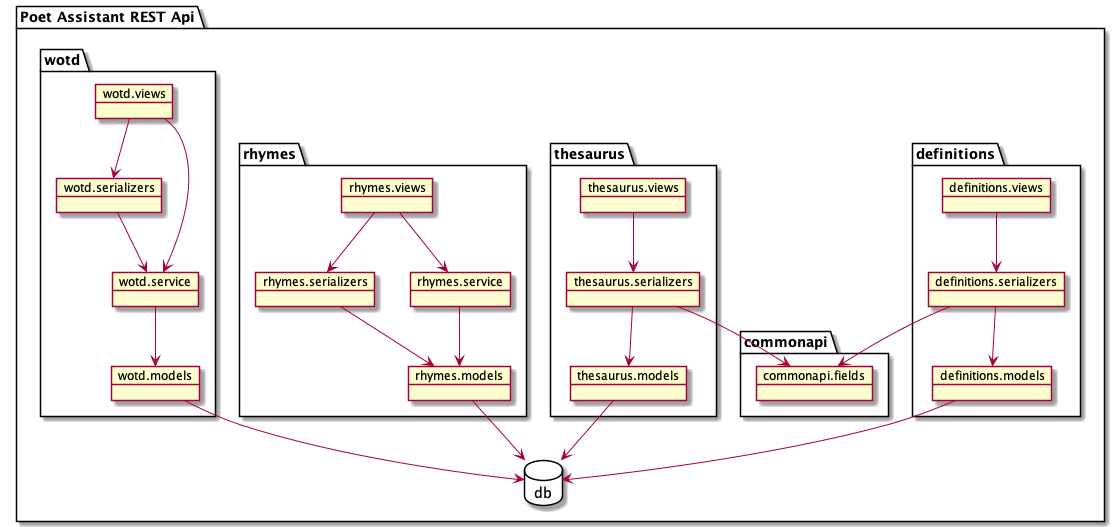
This is docs/plantuml/object-diagram.png from caarmen/poet-assistant-drf, a PlantUML export, as it was before one commit. Source of this version:
```plantuml
@startuml

package "Poet Assistant REST Api"  {
  package "definitions" {
    object definitions.views
    object definitions.serializers
    object definitions.models
  }

  package "thesaurus" {
    object thesaurus.views
    object thesaurus.serializers
    object thesaurus.models
  }

  package "rhymes" {
    object rhymes.views
    object rhymes.serializers
    object rhymes.service
    object rhymes.models
  }

  package "wotd" {
    object wotd.views
    object wotd.serializers
    object wotd.service
    object wotd.models
  }

  package "db" <<Database>>{
  }

  package "commonapi" {
    object commonapi.fields
  }

  definitions.views --> definitions.serializers
  definitions.serializers --> definitions.models
  definitions.serializers --> commonapi.fields
  definitions.models --> db
  thesaurus.views --> thesaurus.serializers
  thesaurus.serializers --> thesaurus.models
  thesaurus.serializers --> commonapi.fields
  thesaurus.models --> db
  rhymes.views --> rhymes.serializers
  rhymes.serializers --> rhymes.models
  rhymes.views --> rhymes.service
  rhymes.service --> rhymes.models
  rhymes.models --> db
  wotd.views --> wotd.serializers
  wotd.serializers --> wotd.service
  wotd.views --> wotd.service
  wotd.service --> wotd.models
  wotd.models --> db
}

@endpuml
```
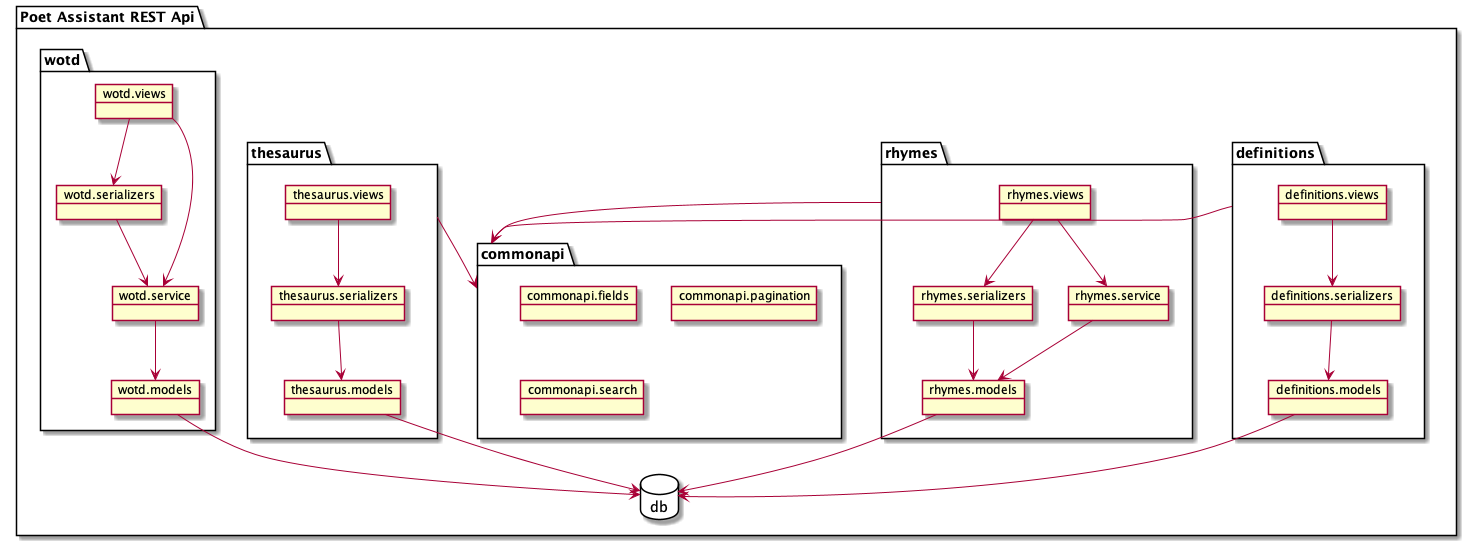
The same file after the commit.

What changed in the source:
```diff
@@ -32,19 +32,22 @@
 
   package "commonapi" {
     object commonapi.fields
+    object commonapi.pagination
+    object commonapi.search
   }
 
   definitions.views --> definitions.serializers
+  definitions --> commonapi
   definitions.serializers --> definitions.models
-  definitions.serializers --> commonapi.fields
   definitions.models --> db
   thesaurus.views --> thesaurus.serializers
   thesaurus.serializers --> thesaurus.models
-  thesaurus.serializers --> commonapi.fields
+  thesaurus --> commonapi
   thesaurus.models --> db
   rhymes.views --> rhymes.serializers
   rhymes.serializers --> rhymes.models
   rhymes.views --> rhymes.service
+  rhymes --> commonapi
   rhymes.service --> rhymes.models
   rhymes.models --> db
   wotd.views --> wotd.serializers
```
